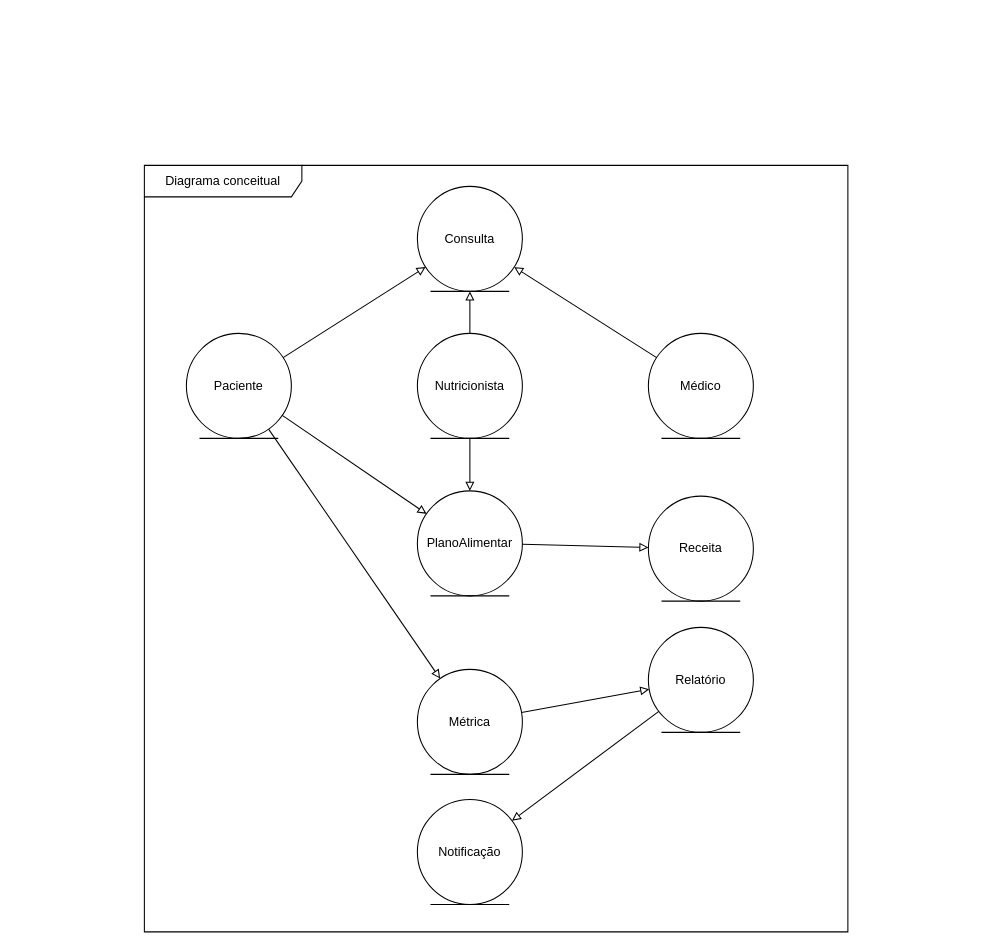
Earlier version of the draw.io diagram diagrama_conceitual.drawio (ProjetoDelimeterSite/DelimeterDocumantacao). Source tidied: cells renumbered, new cells numbered last; positions are measured from the earlier drawing's top-left corner, leaving out a move shared by most shapes. Both pictures are drawn from the tidied source at 105%, with x=0, y=0 at pixel (144, 165).
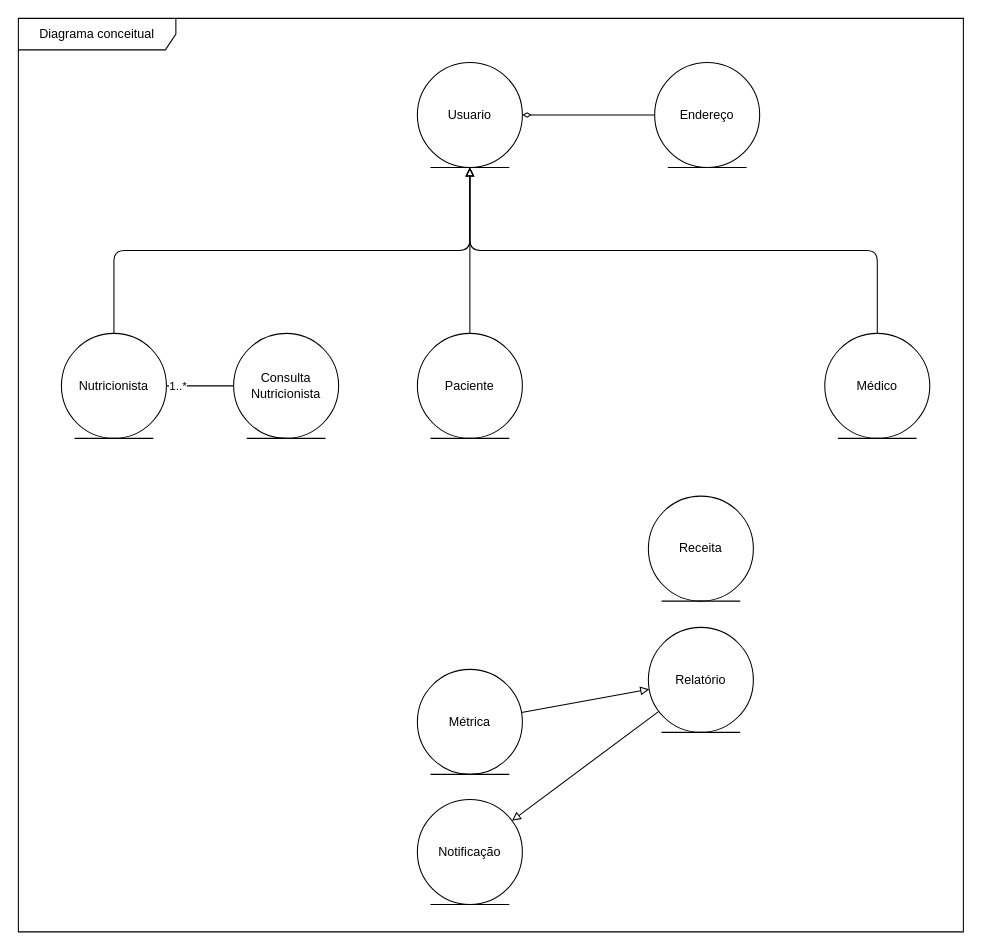
After the change.

The change refers to these unchanged cells:
```xml
<mxCell id="7" value="Receita" style="ellipse;shape=umlEntity;whiteSpace=wrap;html=1;" parent="1" vertex="1">
  <mxGeometry x="480" y="315" width="100" height="100" as="geometry" />
</mxCell>
<mxCell id="8" value="Métrica" style="ellipse;shape=umlEntity;whiteSpace=wrap;html=1;" parent="1" vertex="1">
  <mxGeometry x="260" y="480" width="100" height="100" as="geometry" />
</mxCell>
```

Diff of the diagram source:
```diff
@@
-    <mxCell id="2" value="Paciente" style="ellipse;shape=umlEntity;whiteSpace=wrap;html=1;" parent="1" vertex="1">
-      <mxGeometry x="40" y="160" width="100" height="100" as="geometry" />
+    <mxCell id="2" value="Nutricionista" style="ellipse;shape=umlEntity;whiteSpace=wrap;html=1;" parent="1" vertex="1">
+      <mxGeometry x="-79" y="160" width="100" height="100" as="geometry" />
     </mxCell>
-    <mxCell id="3" value="Nutricionista" style="ellipse;shape=umlEntity;whiteSpace=wrap;html=1;" parent="1" vertex="1">
+    <mxCell id="3" value="Paciente" style="ellipse;shape=umlEntity;whiteSpace=wrap;html=1;" parent="1" vertex="1">
       <mxGeometry x="260" y="160" width="100" height="100" as="geometry" />
     </mxCell>
     <mxCell id="4" value="Médico" style="ellipse;shape=umlEntity;whiteSpace=wrap;html=1;" parent="1" vertex="1">
-      <mxGeometry x="480" y="160" width="100" height="100" as="geometry" />
+      <mxGeometry x="648" y="160" width="100" height="100" as="geometry" />
     </mxCell>
-    <mxCell id="5" value="Consulta" style="ellipse;shape=umlEntity;whiteSpace=wrap;html=1;" parent="1" vertex="1">
-      <mxGeometry x="260" y="20" width="100" height="100" as="geometry" />
+    <mxCell id="5" value="Usuario" style="ellipse;shape=umlEntity;whiteSpace=wrap;html=1;" parent="1" vertex="1">
+      <mxGeometry x="260" y="-98" width="100" height="100" as="geometry" />
     </mxCell>
-    <mxCell id="6" value="PlanoAlimentar" style="ellipse;shape=umlEntity;whiteSpace=wrap;html=1;" parent="1" vertex="1">
-      <mxGeometry x="260" y="310" width="100" height="100" as="geometry" />
+    <mxCell id="6" value="Consulta&lt;div&gt;Nutricionista&lt;/div&gt;" style="ellipse;shape=umlEntity;whiteSpace=wrap;html=1;" parent="1" vertex="1">
+      <mxGeometry x="85" y="160" width="100" height="100" as="geometry" />
     </mxCell>
@@
-    <mxCell id="11" style="endArrow=block;endFill=0;" parent="1" edge="1" source="2" target="5">
+    <mxCell id="11" style="endArrow=block;endFill=0;edgeStyle=orthogonalEdgeStyle;exitX=0.5;exitY=0;exitDx=0;exitDy=0;" parent="1" edge="1" source="2" target="5">
       <mxGeometry relative="1" as="geometry" />
     </mxCell>
@@
-    <mxCell id="13" style="endArrow=block;endFill=0;" parent="1" edge="1" source="4" target="5">
-      <mxGeometry relative="1" as="geometry" />
+    <mxCell id="13" style="endArrow=block;endFill=0;entryX=0.5;entryY=1;entryDx=0;entryDy=0;edgeStyle=orthogonalEdgeStyle;exitX=0.5;exitY=0;exitDx=0;exitDy=0;" parent="1" edge="1" source="4" target="5">
+      <mxGeometry relative="1" as="geometry">
+        <Array as="points">
+          <mxPoint x="698" y="81" />
+          <mxPoint x="310" y="81" />
+        </Array>
+      </mxGeometry>
     </mxCell>
-    <mxCell id="14" style="endArrow=block;endFill=0;" parent="1" edge="1" source="2" target="6">
-      <mxGeometry relative="1" as="geometry" />
-    </mxCell>
-    <mxCell id="15" style="endArrow=block;endFill=0;" parent="1" edge="1" source="3" target="6">
-      <mxGeometry relative="1" as="geometry" />
-    </mxCell>
-    <mxCell id="16" style="endArrow=block;endFill=0;" parent="1" edge="1" source="6" target="7">
-      <mxGeometry relative="1" as="geometry" />
-    </mxCell>
-    <mxCell id="17" style="endArrow=block;endFill=0;" parent="1" edge="1" source="2" target="8">
-      <mxGeometry relative="1" as="geometry" />
-    </mxCell>
@@
     <mxCell id="20" value="Diagrama conceitual" style="shape=umlFrame;whiteSpace=wrap;html=1;width=150;height=30;" parent="1" vertex="1">
-      <mxGeometry width="670" height="730" as="geometry" />
+      <mxGeometry x="-120" y="-140" width="900" height="870" as="geometry" />
     </mxCell>
+    <mxCell id="21" value="Endereço" style="ellipse;shape=umlEntity;whiteSpace=wrap;html=1;" parent="1" vertex="1">
+      <mxGeometry x="486" y="-98" width="100" height="100" as="geometry" />
+    </mxCell>
+    <mxCell id="22" style="edgeStyle=orthogonalEdgeStyle;rounded=0;jettySize=auto;html=1;endArrow=diamondThin;endFill=0;" parent="1" edge="1" source="21" target="5">
+      <mxGeometry relative="1" as="geometry" />
+    </mxCell>
+    <mxCell id="23" style="edgeStyle=orthogonalEdgeStyle;rounded=0;jettySize=auto;html=1;entryX=1;entryY=0.5;entryDx=0;entryDy=0;endArrow=none;startFill=0;" parent="1" edge="1" source="6" target="2">
+      <mxGeometry relative="1" as="geometry" />
+    </mxCell>
+    <mxCell id="24" value="1..*" style="edgeLabel;html=1;align=center;verticalAlign=middle;" parent="23" vertex="1">
+      <mxGeometry x="0.69" y="-1" relative="1" as="geometry" />
+    </mxCell>
```
